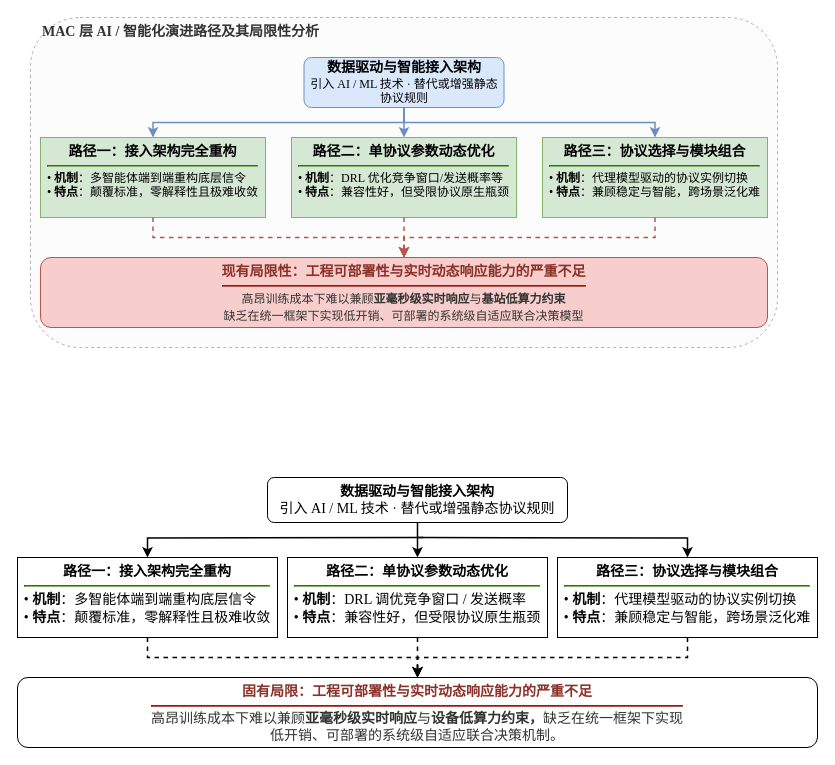
This is page "AI驱动接入控制决策研究技术脉络" (7 of 13) of drawio流程框图.drawio from Aworrier/zzzwl-big_paper, a draw.io file, before an edit. Source tidied: cells renumbered, new cells numbered last; positions are measured from the earlier drawing's top-left corner, leaving out a move shared by most shapes. Both pictures are drawn from the tidied source at 100%, with x=0, y=0 at pixel (17, 17).
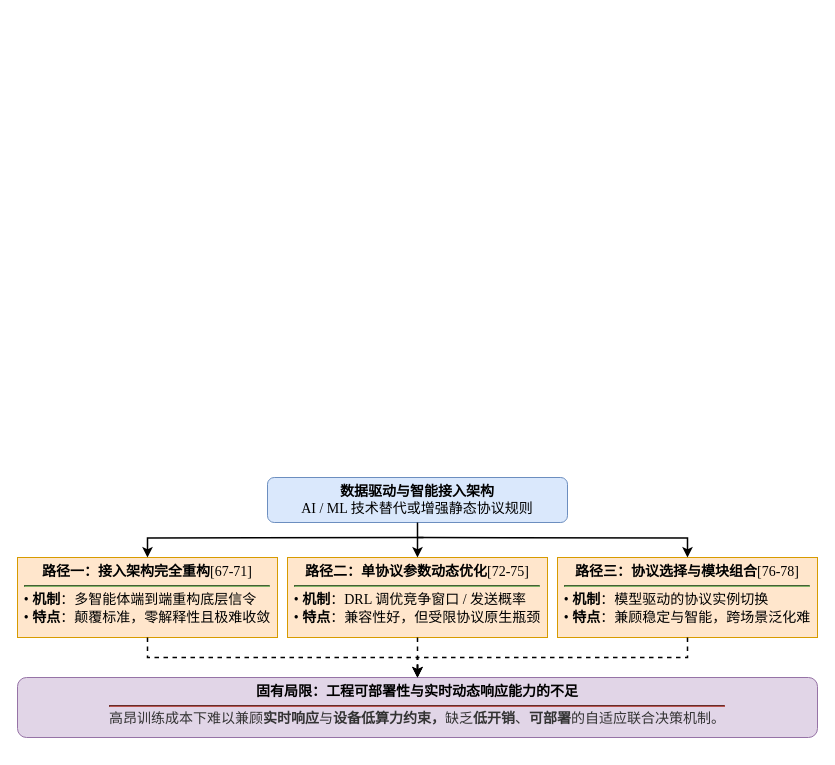
After the change.

Unchanged cells that the change refers to:
```xml
<mxCell id="15" style="group;" parent="1" vertex="1">
  <mxGeometry y="460" width="800" height="270" as="geometry" />
</mxCell>
```

Diff of the diagram source:
```diff
@@
-    <mxCell id="2" style="rounded=1;whiteSpace=wrap;html=1;fillColor=#fcfcfc;strokeColor=#b3b3b3;dashed=1;fontFamily=Times New Roman, SimSun;" parent="1" vertex="1">
-      <mxGeometry x="13" width="747" height="330" as="geometry" />
-    </mxCell>
-    <mxCell id="3" value="&lt;b style=&quot;font-size: 14px;&quot;&gt;MAC 层 AI / 智能化演进路径及其局限性分析&lt;/b&gt;" style="text;html=1;strokeColor=none;fillColor=none;align=left;verticalAlign=middle;whiteSpace=wrap;rounded=0;fontColor=#333333;fontFamily=Times New Roman, SimSun;" parent="1" vertex="1">
-      <mxGeometry x="23" y="5" width="450" height="20" as="geometry" />
-    </mxCell>
-    <mxCell id="4" value="&lt;b style=&quot;font-size: 14px;&quot;&gt;数据驱动与智能接入架构&lt;/b&gt;&lt;br&gt;&lt;span style=&quot;font-size: 12px;&quot;&gt;引入 AI / ML 技术 · 替代或增强静态协议规则&lt;/span&gt;" style="rounded=1;whiteSpace=wrap;html=1;fillColor=#dae8fc;strokeColor=#6c8ebf;align=center;fontFamily=Times New Roman, SimSun;" parent="1" vertex="1">
-      <mxGeometry x="286.5" y="40" width="200" height="50" as="geometry" />
-    </mxCell>
-    <mxCell id="5" value="&lt;b style=&quot;font-size: 14px;&quot;&gt;路径一：接入架构完全重构&lt;/b&gt;&lt;hr style=&quot;border-color:#82b366;margin-top:4px;margin-bottom:4px;&quot;&gt;&lt;div style=&quot;font-size: 12px; text-align: left; line-height: 1.2;&quot;&gt;• &lt;b&gt;机制&lt;/b&gt;：多智能体端到端重构底层信令&lt;br&gt;• &lt;b&gt;特点&lt;/b&gt;：颠覆标准，零解释性且极难收敛&lt;/div&gt;" style="rounded=0;whiteSpace=wrap;html=1;fillColor=#d5e8d4;strokeColor=#82b366;align=center;verticalAlign=top;paddingTop=6;paddingLeft=8;paddingRight=8;fontFamily=Times New Roman, SimSun;" parent="1" vertex="1">
-      <mxGeometry x="23" y="120" width="225" height="80" as="geometry" />
-    </mxCell>
-    <mxCell id="6" value="&lt;b style=&quot;font-size: 14px;&quot;&gt;路径二：单协议参数动态优化&lt;/b&gt;&lt;hr style=&quot;border-color:#82b366;margin-top:4px;margin-bottom:4px;&quot;&gt;&lt;div style=&quot;font-size: 12px; text-align: left; line-height: 1.2;&quot;&gt;• &lt;b&gt;机制&lt;/b&gt;：DRL 优化竞争窗口/发送概率等&lt;br&gt;• &lt;b&gt;特点&lt;/b&gt;：兼容性好，但受限协议原生瓶颈&lt;/div&gt;" style="rounded=0;whiteSpace=wrap;html=1;fillColor=#d5e8d4;strokeColor=#82b366;align=center;verticalAlign=top;paddingTop=6;paddingLeft=8;paddingRight=8;fontFamily=Times New Roman, SimSun;" parent="1" vertex="1">
-      <mxGeometry x="274" y="120" width="225" height="80" as="geometry" />
-    </mxCell>
-    <mxCell id="7" value="&lt;b style=&quot;font-size: 14px;&quot;&gt;路径三：协议选择与模块组合&lt;/b&gt;&lt;hr style=&quot;border-color:#82b366;margin-top:4px;margin-bottom:4px;&quot;&gt;&lt;div style=&quot;font-size: 12px; text-align: left; line-height: 1.2;&quot;&gt;• &lt;b&gt;机制&lt;/b&gt;：代理模型驱动的协议实例切换&lt;br&gt;• &lt;b&gt;特点&lt;/b&gt;：兼顾稳定与智能，跨场景泛化难&lt;/div&gt;" style="rounded=0;whiteSpace=wrap;html=1;fillColor=#d5e8d4;strokeColor=#82b366;align=center;verticalAlign=top;paddingTop=6;paddingLeft=8;paddingRight=8;fontFamily=Times New Roman, SimSun;" parent="1" vertex="1">
-      <mxGeometry x="525" y="120" width="225" height="80" as="geometry" />
-    </mxCell>
-    <mxCell id="8" style="edgeStyle=orthogonalEdgeStyle;rounded=0;strokeColor=#6c8ebf;strokeWidth=1.5;" parent="1" edge="1" source="4" target="5">
-      <mxGeometry relative="1" as="geometry">
-        <Array as="points">
-          <mxPoint x="386.5" y="105" />
-          <mxPoint x="135.5" y="105" />
-        </Array>
-      </mxGeometry>
-    </mxCell>
-    <mxCell id="9" style="edgeStyle=orthogonalEdgeStyle;rounded=0;strokeColor=#6c8ebf;strokeWidth=1.5;" parent="1" edge="1" source="4" target="6">
-      <mxGeometry relative="1" as="geometry" />
-    </mxCell>
-    <mxCell id="10" style="edgeStyle=orthogonalEdgeStyle;rounded=0;strokeColor=#6c8ebf;strokeWidth=1.5;" parent="1" edge="1" source="4" target="7">
-      <mxGeometry relative="1" as="geometry">
-        <Array as="points">
-          <mxPoint x="386.5" y="105" />
-          <mxPoint x="637.5" y="105" />
-        </Array>
-      </mxGeometry>
-    </mxCell>
-    <mxCell id="11" value="&lt;b style=&quot;font-size: 14px; color:#8a3129;&quot;&gt;现有局限性：工程可部署性与实时动态响应能力的严重不足&lt;/b&gt;&lt;hr style=&quot;border-color:#b85450;margin-top:4px;margin-bottom:4px;&quot;&gt;&lt;div style=&quot;font-size: 12px; text-align: center; line-height: 1.4; color:#333333;&quot;&gt;高昂训练成本下难以兼顾&lt;b&gt;亚毫秒级实时响应&lt;/b&gt;与&lt;b&gt;基站低算力约束&lt;/b&gt;&lt;br&gt;缺乏在统一框架下实现低开销、可部署的系统级自适应联合决策模型&lt;/div&gt;" style="rounded=1;whiteSpace=wrap;html=1;fillColor=#f8cecc;strokeColor=#b85450;align=center;verticalAlign=top;paddingTop=6;fontFamily=Times New Roman, SimSun;shadow=0;" parent="1" vertex="1">
-      <mxGeometry x="23" y="240" width="727" height="70" as="geometry" />
-    </mxCell>
-    <mxCell id="12" style="edgeStyle=orthogonalEdgeStyle;rounded=0;strokeColor=#b85450;strokeWidth=1.5;dashed=1;" parent="1" edge="1" source="5" target="11">
-      <mxGeometry relative="1" as="geometry" />
-    </mxCell>
-    <mxCell id="13" style="edgeStyle=orthogonalEdgeStyle;rounded=0;strokeColor=#b85450;strokeWidth=1.5;dashed=1;" parent="1" edge="1" source="6" target="11">
-      <mxGeometry relative="1" as="geometry" />
-    </mxCell>
-    <mxCell id="14" style="edgeStyle=orthogonalEdgeStyle;rounded=0;strokeColor=#b85450;strokeWidth=1.5;dashed=1;" parent="1" edge="1" source="7" target="11">
-      <mxGeometry relative="1" as="geometry" />
-    </mxCell>
@@
-    <mxCell id="16" value="&lt;b&gt;数据驱动与智能接入架构&lt;/b&gt;&lt;br&gt;引入 AI / ML 技术 · 替代或增强静态协议规则" style="rounded=1;whiteSpace=wrap;html=1;align=center;fontFamily=Times New Roman, SimSun;labelBackgroundColor=none;fontSize=14;" parent="15" vertex="1">
+    <mxCell id="16" value="&lt;b&gt;数据驱动与智能接入架构&lt;/b&gt;&lt;br&gt;AI / ML 技术替代或增强静态协议规则" style="rounded=1;whiteSpace=wrap;html=1;align=center;fontFamily=Times New Roman, SimSun;labelBackgroundColor=none;fontSize=14;fillColor=#dae8fc;strokeColor=#6c8ebf;" parent="15" vertex="1">
       <mxGeometry x="250" width="300" height="45" as="geometry" />
     </mxCell>
-    <mxCell id="17" value="&lt;b&gt;路径一：接入架构完全重构&lt;/b&gt;&lt;hr style=&quot;border-color: rgb(130, 179, 102); margin: 4px 0px;&quot;&gt;&lt;div style=&quot;text-align: left; line-height: 1.3;&quot;&gt;•&amp;nbsp;&lt;b&gt;机制&lt;/b&gt;：多智能体端到端重构底层信令&lt;br&gt;•&amp;nbsp;&lt;b&gt;特点&lt;/b&gt;：颠覆标准，零解释性且极难收敛&lt;/div&gt;" style="rounded=0;whiteSpace=wrap;html=1;align=center;verticalAlign=top;paddingTop=6;paddingLeft=8;paddingRight=8;fontFamily=Times New Roman, SimSun;labelBackgroundColor=none;fontSize=14;" parent="15" vertex="1">
+    <mxCell id="17" value="&lt;b&gt;路径一：接入架构完全重构&lt;/b&gt;[67-71]&lt;hr style=&quot;border-color: rgb(130, 179, 102); margin: 4px 0px;&quot;&gt;&lt;div style=&quot;text-align: left; line-height: 1.3;&quot;&gt;•&amp;nbsp;&lt;b&gt;机制&lt;/b&gt;：多智能体端到端重构底层信令&lt;br&gt;•&amp;nbsp;&lt;b&gt;特点&lt;/b&gt;：颠覆标准，零解释性且极难收敛&lt;/div&gt;" style="rounded=0;whiteSpace=wrap;html=1;align=center;verticalAlign=top;paddingTop=6;paddingLeft=8;paddingRight=8;fontFamily=Times New Roman, SimSun;labelBackgroundColor=none;fontSize=14;fillColor=#ffe6cc;strokeColor=#d79b00;" parent="15" vertex="1">
       <mxGeometry y="80" width="260" height="80" as="geometry" />
     </mxCell>
-    <mxCell id="18" value="&lt;b&gt;路径二：单协议参数动态优化&lt;/b&gt;&lt;hr style=&quot;border-color: rgb(130, 179, 102); margin: 4px 0px;&quot;&gt;&lt;div style=&quot;text-align: left; line-height: 1.3;&quot;&gt;•&amp;nbsp;&lt;b&gt;机制&lt;/b&gt;：DRL 调优竞争窗口 / 发送概率&lt;br&gt;•&amp;nbsp;&lt;b&gt;特点&lt;/b&gt;：兼容性好，但受限协议原生瓶颈&lt;/div&gt;" style="rounded=0;whiteSpace=wrap;html=1;align=center;verticalAlign=top;paddingTop=6;paddingLeft=8;paddingRight=8;fontFamily=Times New Roman, SimSun;labelBackgroundColor=none;fontSize=14;" parent="15" vertex="1">
+    <mxCell id="18" value="&lt;b&gt;路径二：单协议参数动态优化&lt;/b&gt;[72-75]&lt;hr style=&quot;border-color: rgb(130, 179, 102); margin: 4px 0px;&quot;&gt;&lt;div style=&quot;text-align: left; line-height: 1.3;&quot;&gt;•&amp;nbsp;&lt;b&gt;机制&lt;/b&gt;：DRL 调优竞争窗口 / 发送概率&lt;br&gt;•&amp;nbsp;&lt;b&gt;特点&lt;/b&gt;：兼容性好，但受限协议原生瓶颈&lt;/div&gt;" style="rounded=0;whiteSpace=wrap;html=1;align=center;verticalAlign=top;paddingTop=6;paddingLeft=8;paddingRight=8;fontFamily=Times New Roman, SimSun;labelBackgroundColor=none;fontSize=14;fillColor=#ffe6cc;strokeColor=#d79b00;" parent="15" vertex="1">
       <mxGeometry x="270" y="80" width="260" height="80" as="geometry" />
     </mxCell>
-    <mxCell id="19" value="&lt;b&gt;路径三：协议选择与模块组合&lt;/b&gt;&lt;hr style=&quot;border-color: rgb(130, 179, 102); margin: 4px 0px;&quot;&gt;&lt;div style=&quot;text-align: left; line-height: 1.3;&quot;&gt;•&amp;nbsp;&lt;b&gt;机制&lt;/b&gt;：代理模型驱动的协议实例切换&lt;br&gt;•&amp;nbsp;&lt;b&gt;特点&lt;/b&gt;：兼顾稳定与智能，跨场景泛化难&lt;/div&gt;" style="rounded=0;whiteSpace=wrap;html=1;align=center;verticalAlign=top;paddingTop=6;paddingLeft=8;paddingRight=8;fontFamily=Times New Roman, SimSun;labelBackgroundColor=none;fontSize=14;" parent="15" vertex="1">
+    <mxCell id="19" value="&lt;b&gt;路径三：协议选择与模块组合&lt;/b&gt;[76-78]&lt;hr style=&quot;border-color: rgb(130, 179, 102); margin: 4px 0px;&quot;&gt;&lt;div style=&quot;text-align: left; line-height: 1.3;&quot;&gt;•&amp;nbsp;&lt;b&gt;机制&lt;/b&gt;：模型驱动的协议实例切换&lt;br&gt;•&amp;nbsp;&lt;b&gt;特点&lt;/b&gt;：兼顾稳定与智能，跨场景泛化难&lt;/div&gt;" style="rounded=0;whiteSpace=wrap;html=1;align=center;verticalAlign=top;paddingTop=6;paddingLeft=8;paddingRight=8;fontFamily=Times New Roman, SimSun;labelBackgroundColor=none;fontSize=14;fillColor=#ffe6cc;strokeColor=#d79b00;" parent="15" vertex="1">
       <mxGeometry x="540" y="80" width="260" height="80" as="geometry" />
     </mxCell>
-    <mxCell id="20" value="&lt;b style=&quot;color: rgb(138, 49, 41);&quot;&gt;&lt;font&gt;固有局限：工程可部署性与实时动态响应能力的严重不足&lt;/font&gt;&lt;/b&gt;&lt;hr style=&quot;border-color: rgb(184, 84, 80); margin: 4px 0px;&quot;&gt;&lt;div style=&quot;color: rgb(51, 51, 51);&quot;&gt;&lt;font&gt;高昂训练成本下难以兼顾&lt;b style=&quot;&quot;&gt;亚毫秒级实时响应&lt;/b&gt;与&lt;b style=&quot;&quot;&gt;设备低算力约束，&lt;/b&gt;缺乏在统一框架下实现&lt;br&gt;低开销、可部署的系统级自适应联合决策机制。&lt;/font&gt;&lt;/div&gt;" style="rounded=1;whiteSpace=wrap;html=1;align=center;verticalAlign=top;paddingTop=6;fontFamily=Times New Roman, SimSun;labelBackgroundColor=none;fontSize=14;" parent="15" vertex="1">
-      <mxGeometry y="200" width="800" height="70" as="geometry" />
+    <mxCell id="20" value="&lt;b&gt;&lt;font&gt;固有局限：工程可部署性与实时动态响应能力的不足&lt;/font&gt;&lt;/b&gt;&lt;hr style=&quot;border-color: rgb(184, 84, 80); margin: 4px 0px;&quot;&gt;&lt;div style=&quot;color: rgb(51, 51, 51);&quot;&gt;&lt;font&gt;高昂训练成本下难以兼顾&lt;b style=&quot;&quot;&gt;实时响应&lt;/b&gt;与&lt;b style=&quot;&quot;&gt;设备低算力约束，&lt;/b&gt;缺乏&lt;b&gt;低开销&lt;/b&gt;、&lt;b&gt;可部署&lt;/b&gt;的自适应联合决策机制。&lt;/font&gt;&lt;/div&gt;" style="rounded=1;whiteSpace=wrap;html=1;align=center;verticalAlign=top;paddingTop=6;fontFamily=Times New Roman, SimSun;labelBackgroundColor=none;fontSize=14;fillColor=#e1d5e7;strokeColor=#9673a6;" parent="15" vertex="1">
+      <mxGeometry y="200" width="800" height="60" as="geometry" />
     </mxCell>
```
